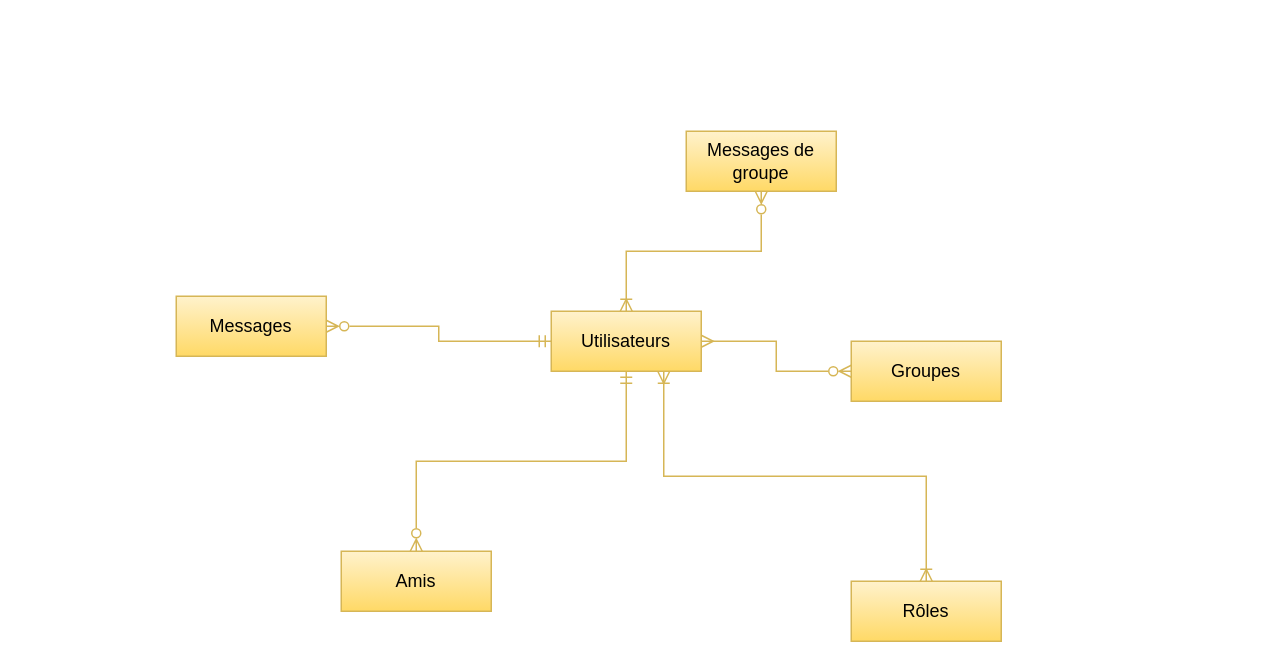
The draw.io diagram Diagramme sans nom.drawio in vsilvanska/examen-info-2023, before the edit. Source tidied: cells renumbered, new cells numbered last; positions are measured from the earlier drawing's top-left corner, leaving out a move shared by most shapes. Both pictures are drawn from the tidied source at 150%, with x=0, y=0 at pixel (176, 130).
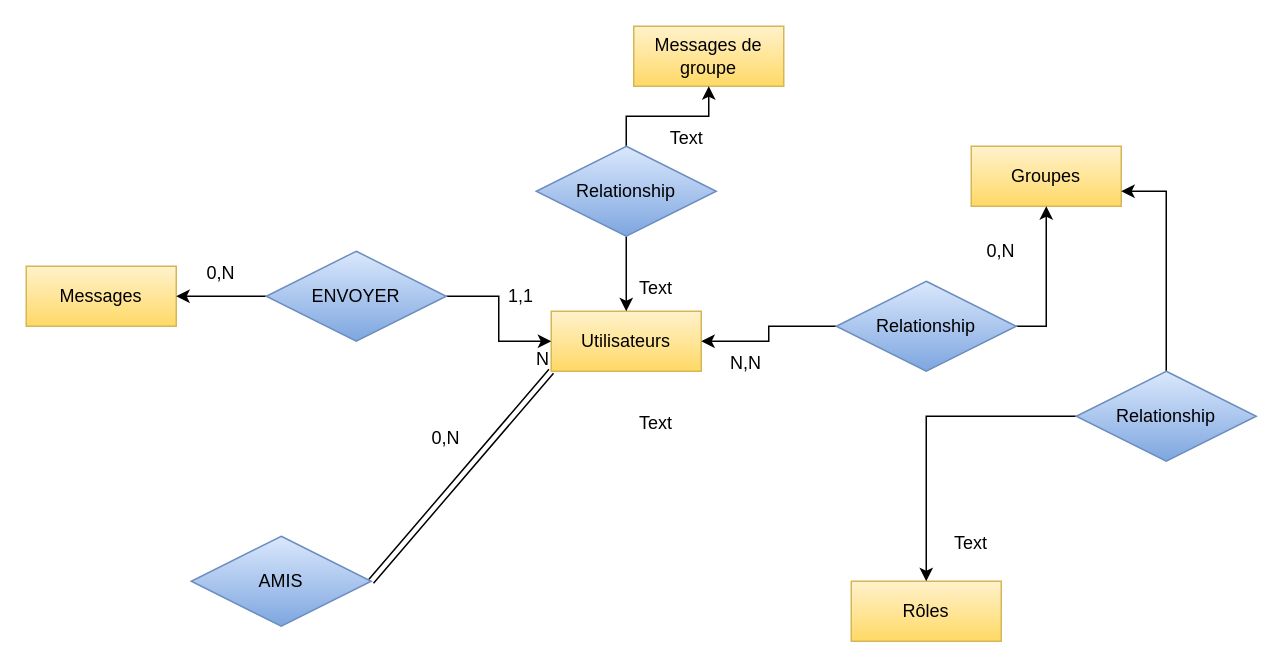
The same diagram, later.

Commit message:
Mettre à jour Diagramme sans nom.drawio

Unchanged cells that the change refers to:
```xml
<mxCell id="4" value="Utilisateurs" style="whiteSpace=wrap;html=1;align=center;fillColor=#fff2cc;strokeColor=#d6b656;gradientColor=#ffd966;" parent="1" vertex="1">
  <mxGeometry x="250" y="120" width="100" height="40" as="geometry" />
</mxCell>
<mxCell id="12" value="Rôles" style="whiteSpace=wrap;html=1;align=center;fillColor=#fff2cc;strokeColor=#d6b656;gradientColor=#ffd966;" parent="1" vertex="1">
  <mxGeometry x="450" y="300" width="100" height="40" as="geometry" />
</mxCell>
```

What changed in the source:
```diff
@@
-    <mxCell id="2" style="edgeStyle=orthogonalEdgeStyle;rounded=0;jettySize=auto;html=1;exitX=1;exitY=0.5;exitDx=0;exitDy=0;entryX=0;entryY=0.5;entryDx=0;entryDy=0;startArrow=ERmany;startFill=0;endArrow=ERzeroToMany;endFill=0;fillColor=#fff2cc;strokeColor=#d6b656;gradientColor=#ffd966;" parent="1" edge="1" source="4" target="7">
-      <mxGeometry relative="1" as="geometry" />
-    </mxCell>
-    <mxCell id="3" style="edgeStyle=orthogonalEdgeStyle;rounded=0;jettySize=auto;html=1;exitX=0.5;exitY=0;exitDx=0;exitDy=0;entryX=0.5;entryY=1;entryDx=0;entryDy=0;startArrow=ERoneToMany;startFill=0;endArrow=ERzeroToMany;endFill=0;fillColor=#fff2cc;strokeColor=#d6b656;gradientColor=#ffd966;" parent="1" edge="1" source="4" target="10">
-      <mxGeometry relative="1" as="geometry" />
-    </mxCell>
@@
-    <mxCell id="5" style="edgeStyle=orthogonalEdgeStyle;rounded=0;jettySize=auto;html=1;exitX=0.5;exitY=0;exitDx=0;exitDy=0;entryX=0.5;entryY=1;entryDx=0;entryDy=0;endArrow=ERmandOne;endFill=0;startArrow=ERzeroToMany;startFill=0;fillColor=#fff2cc;strokeColor=#d6b656;gradientColor=#ffd966;" parent="1" edge="1" source="6" target="4">
-      <mxGeometry relative="1" as="geometry" />
-    </mxCell>
-    <mxCell id="6" value="Amis" style="whiteSpace=wrap;html=1;align=center;fillColor=#fff2cc;strokeColor=#d6b656;gradientColor=#ffd966;" parent="1" vertex="1">
-      <mxGeometry x="110" y="280" width="100" height="40" as="geometry" />
-    </mxCell>
     <mxCell id="7" value="Groupes" style="whiteSpace=wrap;html=1;align=center;fillColor=#fff2cc;strokeColor=#d6b656;gradientColor=#ffd966;" parent="1" vertex="1">
-      <mxGeometry x="450" y="140" width="100" height="40" as="geometry" />
+      <mxGeometry x="530" y="10" width="100" height="40" as="geometry" />
     </mxCell>
-    <mxCell id="8" style="edgeStyle=orthogonalEdgeStyle;rounded=0;jettySize=auto;html=1;exitX=1;exitY=0.5;exitDx=0;exitDy=0;entryX=0;entryY=0.5;entryDx=0;entryDy=0;startArrow=ERzeroToMany;startFill=0;endArrow=ERmandOne;endFill=0;fillColor=#fff2cc;strokeColor=#d6b656;gradientColor=#ffd966;" parent="1" edge="1" source="9" target="4">
-      <mxGeometry relative="1" as="geometry" />
-    </mxCell>
     <mxCell id="9" value="Messages" style="whiteSpace=wrap;html=1;align=center;fillColor=#fff2cc;strokeColor=#d6b656;gradientColor=#ffd966;" parent="1" vertex="1">
-      <mxGeometry y="110" width="100" height="40" as="geometry" />
+      <mxGeometry x="-100" y="90" width="100" height="40" as="geometry" />
     </mxCell>
     <mxCell id="10" value="Messages de groupe" style="whiteSpace=wrap;html=1;align=center;fillColor=#fff2cc;strokeColor=#d6b656;gradientColor=#ffd966;" parent="1" vertex="1">
-      <mxGeometry x="340" width="100" height="40" as="geometry" />
+      <mxGeometry x="305" y="-70" width="100" height="40" as="geometry" />
     </mxCell>
-    <mxCell id="11" style="edgeStyle=orthogonalEdgeStyle;rounded=0;jettySize=auto;html=1;exitX=0.5;exitY=0;exitDx=0;exitDy=0;entryX=0.75;entryY=1;entryDx=0;entryDy=0;startArrow=ERoneToMany;startFill=0;endArrow=ERoneToMany;endFill=0;fillColor=#fff2cc;strokeColor=#d6b656;gradientColor=#ffd966;" parent="1" edge="1" source="12" target="4">
-      <mxGeometry relative="1" as="geometry" />
-    </mxCell>
@@
+    <mxCell id="13" value="AMIS" style="shape=rhombus;perimeter=rhombusPerimeter;whiteSpace=wrap;html=1;align=center;fillColor=#dae8fc;strokeColor=#6c8ebf;gradientColor=#7ea6e0;" parent="1" vertex="1">
+      <mxGeometry x="10" y="270" width="120" height="60" as="geometry" />
+    </mxCell>
+    <mxCell id="14" style="edgeStyle=orthogonalEdgeStyle;rounded=0;jettySize=auto;html=1;entryX=1;entryY=0.75;entryDx=0;entryDy=0;" parent="1" edge="1" source="16" target="7">
+      <mxGeometry relative="1" as="geometry" />
+    </mxCell>
+    <mxCell id="15" style="edgeStyle=orthogonalEdgeStyle;rounded=0;jettySize=auto;html=1;entryX=0.5;entryY=0;entryDx=0;entryDy=0;" parent="1" edge="1" source="16" target="12">
+      <mxGeometry relative="1" as="geometry" />
+    </mxCell>
+    <mxCell id="16" value="Relationship" style="shape=rhombus;perimeter=rhombusPerimeter;whiteSpace=wrap;html=1;align=center;fillColor=#dae8fc;strokeColor=#6c8ebf;gradientColor=#7ea6e0;" parent="1" vertex="1">
+      <mxGeometry x="600" y="160" width="120" height="60" as="geometry" />
+    </mxCell>
+    <mxCell id="17" style="edgeStyle=orthogonalEdgeStyle;rounded=0;jettySize=auto;html=1;exitX=0;exitY=0.5;exitDx=0;exitDy=0;entryX=1;entryY=0.5;entryDx=0;entryDy=0;" parent="1" edge="1" source="19" target="4">
+      <mxGeometry relative="1" as="geometry" />
+    </mxCell>
+    <mxCell id="18" style="edgeStyle=orthogonalEdgeStyle;rounded=0;jettySize=auto;html=1;exitX=1;exitY=0.5;exitDx=0;exitDy=0;entryX=0.5;entryY=1;entryDx=0;entryDy=0;" parent="1" edge="1" source="19" target="7">
+      <mxGeometry relative="1" as="geometry" />
+    </mxCell>
+    <mxCell id="19" value="Relationship" style="shape=rhombus;perimeter=rhombusPerimeter;whiteSpace=wrap;html=1;align=center;fillColor=#dae8fc;strokeColor=#6c8ebf;gradientColor=#7ea6e0;" parent="1" vertex="1">
+      <mxGeometry x="440" y="100" width="120" height="60" as="geometry" />
+    </mxCell>
+    <mxCell id="20" style="edgeStyle=orthogonalEdgeStyle;rounded=0;jettySize=auto;html=1;exitX=0.5;exitY=1;exitDx=0;exitDy=0;entryX=0.5;entryY=0;entryDx=0;entryDy=0;" parent="1" edge="1" source="22" target="4">
+      <mxGeometry relative="1" as="geometry" />
+    </mxCell>
+    <mxCell id="21" style="edgeStyle=orthogonalEdgeStyle;rounded=0;jettySize=auto;html=1;exitX=0.5;exitY=0;exitDx=0;exitDy=0;entryX=0.5;entryY=1;entryDx=0;entryDy=0;" parent="1" edge="1" source="22" target="10">
+      <mxGeometry relative="1" as="geometry" />
+    </mxCell>
+    <mxCell id="22" value="Relationship" style="shape=rhombus;perimeter=rhombusPerimeter;whiteSpace=wrap;html=1;align=center;fillColor=#dae8fc;strokeColor=#6c8ebf;gradientColor=#7ea6e0;" parent="1" vertex="1">
+      <mxGeometry x="240" y="10" width="120" height="60" as="geometry" />
+    </mxCell>
+    <mxCell id="23" style="edgeStyle=orthogonalEdgeStyle;rounded=0;jettySize=auto;html=1;exitX=0;exitY=0.5;exitDx=0;exitDy=0;entryX=1;entryY=0.5;entryDx=0;entryDy=0;" parent="1" edge="1" source="25" target="9">
+      <mxGeometry relative="1" as="geometry" />
+    </mxCell>
+    <mxCell id="24" style="edgeStyle=orthogonalEdgeStyle;rounded=0;jettySize=auto;html=1;exitX=1;exitY=0.5;exitDx=0;exitDy=0;entryX=0;entryY=0.5;entryDx=0;entryDy=0;" parent="1" edge="1" source="25" target="4">
+      <mxGeometry relative="1" as="geometry" />
+    </mxCell>
+    <mxCell id="25" value="ENVOYER" style="shape=rhombus;perimeter=rhombusPerimeter;whiteSpace=wrap;html=1;align=center;fillColor=#dae8fc;strokeColor=#6c8ebf;gradientColor=#7ea6e0;" parent="1" vertex="1">
+      <mxGeometry x="60" y="80" width="120" height="60" as="geometry" />
+    </mxCell>
+    <mxCell id="26" value="Text" style="text;html=1;align=center;verticalAlign=middle;strokeColor=none;fillColor=none;" parent="1" vertex="1">
+      <mxGeometry x="315" y="-10" width="50" height="30" as="geometry" />
+    </mxCell>
+    <mxCell id="27" value="Text" style="text;html=1;strokeColor=none;fillColor=none;align=center;verticalAlign=middle;whiteSpace=wrap;rounded=0;" parent="1" vertex="1">
+      <mxGeometry x="290" y="180" width="60" height="30" as="geometry" />
+    </mxCell>
+    <mxCell id="28" value="Text" style="text;html=1;strokeColor=none;fillColor=none;align=center;verticalAlign=middle;whiteSpace=wrap;rounded=0;" parent="1" vertex="1">
+      <mxGeometry x="500" y="260" width="60" height="30" as="geometry" />
+    </mxCell>
+    <mxCell id="29" value="0,N" style="text;html=1;strokeColor=none;fillColor=none;align=center;verticalAlign=middle;whiteSpace=wrap;rounded=0;" parent="1" vertex="1">
+      <mxGeometry x="150" y="190" width="60" height="30" as="geometry" />
+    </mxCell>
+    <mxCell id="30" value="N,N" style="text;html=1;strokeColor=none;fillColor=none;align=center;verticalAlign=middle;whiteSpace=wrap;rounded=0;" parent="1" vertex="1">
+      <mxGeometry x="350" y="140" width="60" height="30" as="geometry" />
+    </mxCell>
+    <mxCell id="31" value="0,N" style="text;html=1;strokeColor=none;fillColor=none;align=center;verticalAlign=middle;whiteSpace=wrap;rounded=0;" parent="1" vertex="1">
+      <mxGeometry x="520" y="65" width="60" height="30" as="geometry" />
+    </mxCell>
+    <mxCell id="32" value="Text" style="text;html=1;strokeColor=none;fillColor=none;align=center;verticalAlign=middle;whiteSpace=wrap;rounded=0;" parent="1" vertex="1">
+      <mxGeometry x="290" y="90" width="60" height="30" as="geometry" />
+    </mxCell>
+    <mxCell id="33" value="1,1" style="text;html=1;strokeColor=none;fillColor=none;align=center;verticalAlign=middle;whiteSpace=wrap;rounded=0;" parent="1" vertex="1">
+      <mxGeometry x="200" y="95" width="60" height="30" as="geometry" />
+    </mxCell>
+    <mxCell id="34" value="0,N" style="text;html=1;strokeColor=none;fillColor=none;align=center;verticalAlign=middle;whiteSpace=wrap;rounded=0;" parent="1" vertex="1">
+      <mxGeometry y="80" width="60" height="30" as="geometry" />
+    </mxCell>
+    <mxCell id="35" style="shape=link;html=1;rounded=0;exitX=1;exitY=0.5;exitDx=0;exitDy=0;entryX=0;entryY=1;entryDx=0;entryDy=0;" parent="1" edge="1" source="13" target="4">
+      <mxGeometry relative="1" as="geometry" />
+    </mxCell>
+    <mxCell id="36" value="N" style="html=1;whiteSpace=wrap;align=right;verticalAlign=bottom;" parent="35" vertex="1">
+      <mxGeometry x="1" relative="1" as="geometry" />
+    </mxCell>
```
